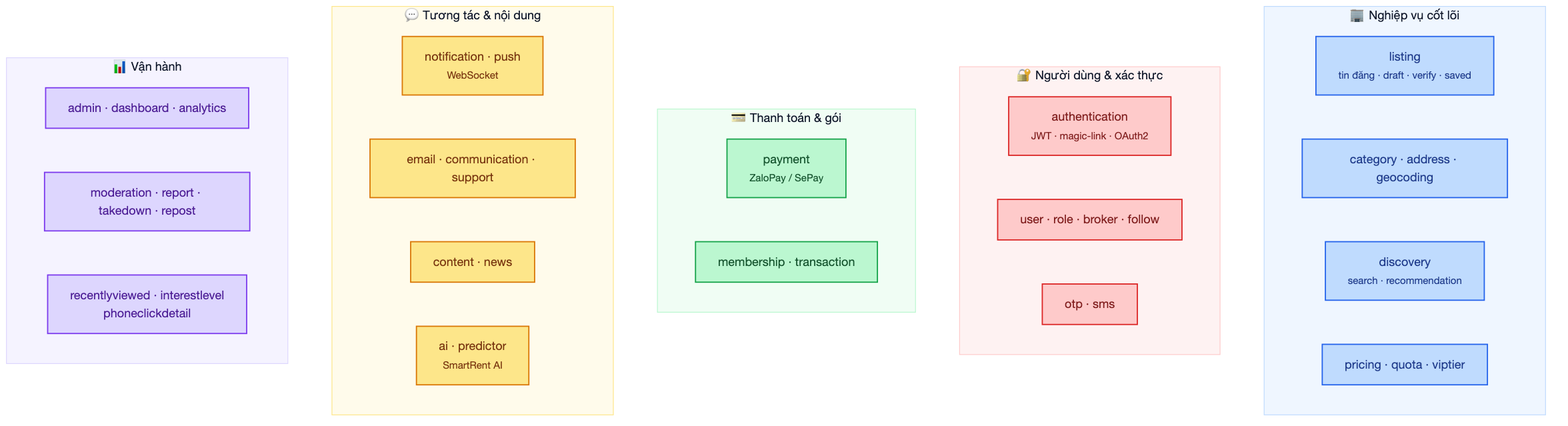
This is diagrams/be/png/04-domain-modules.png from huynhtranty/smartrent-report, a Mermaid export, as it was before one commit. Its source is kept beside it as diagrams/be/src/04-domain-modules.mmd.
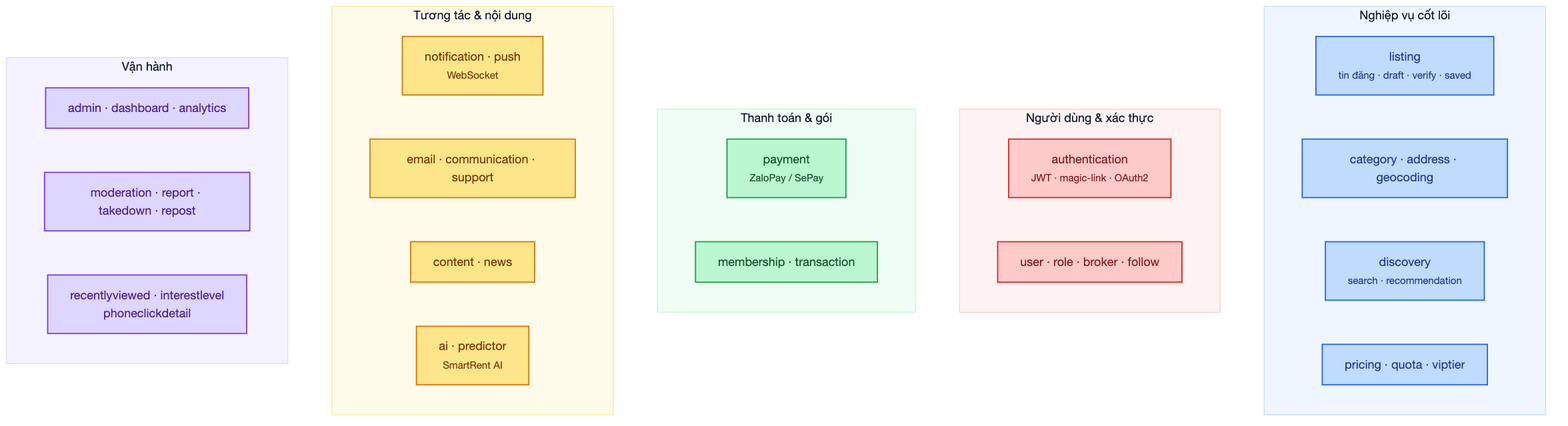
Later version of the same file.

Diff of the diagram source:
```diff
@@ -1,43 +1,42 @@
 flowchart TB
-    subgraph Core["🏢 Nghiệp vụ cốt lõi"]
-        L["listing<br/><small>tin đăng · draft · verify · saved</small>"]
-        Cat["category · address · geocoding"]
-        Search["discovery<br/><small>search · recommendation</small>"]
-        Pricing["pricing · quota · viptier"]
-    end
-    subgraph User["🔐 Người dùng & xác thực"]
-        Auth["authentication<br/><small>JWT · magic-link · OAuth2</small>"]
-        U["user · role · broker · follow"]
-        Otp["otp · sms"]
-    end
-    subgraph Money["💳 Thanh toán & gói"]
-        Pay["payment<br/><small>ZaloPay / SePay</small>"]
-        Mem["membership · transaction"]
-    end
-    subgraph Comm["💬 Tương tác & nội dung"]
-        N["notification · push<br/><small>WebSocket</small>"]
-        Email["email · communication · support"]
-        Content["content · news"]
-        AI["ai · predictor<br/><small>SmartRent AI</small>"]
-    end
-    subgraph Ops["📊 Vận hành"]
-        Admin["admin · dashboard · analytics"]
-        Mod["moderation · report · takedown · repost"]
-        Track["recentlyviewed · interestlevel<br/>phoneclickdetail"]
-    end
+ subgraph Core["Nghiệp vụ cốt lõi"]
+ L["listing<br/><small>tin đăng · draft · verify · saved</small>"]
+ Cat["category · address · geocoding"]
+ Search["discovery<br/><small>search · recommendation</small>"]
+ Pricing["pricing · quota · viptier"]
+ end
+ subgraph User["Người dùng & xác thực"]
+ Auth["authentication<br/><small>JWT · magic-link · OAuth2</small>"]
+ U["user · role · broker · follow"]
+ end
+ subgraph Money["Thanh toán & gói"]
+ Pay["payment<br/><small>ZaloPay / SePay</small>"]
+ Mem["membership · transaction"]
+ end
+ subgraph Comm["Tương tác & nội dung"]
+ N["notification · push<br/><small>WebSocket</small>"]
+ Email["email · communication · support"]
+ Content["content · news"]
+ AI["ai · predictor<br/><small>SmartRent AI</small>"]
+ end
+ subgraph Ops["Vận hành"]
+ Admin["admin · dashboard · analytics"]
+ Mod["moderation · report · takedown · repost"]
+ Track["recentlyviewed · interestlevel<br/>phoneclickdetail"]
+ end
 
-    classDef core fill:#bfdbfe,stroke:#2563eb,color:#1e3a8a,stroke-width:1.5px
-    classDef usr fill:#fecaca,stroke:#dc2626,color:#7f1d1d,stroke-width:1.5px
-    classDef money fill:#bbf7d0,stroke:#16a34a,color:#14532d,stroke-width:1.5px
-    classDef comm fill:#fde68a,stroke:#d97706,color:#78350f,stroke-width:1.5px
-    classDef ops fill:#ddd6fe,stroke:#7c3aed,color:#4c1d95,stroke-width:1.5px
-    class L,Cat,Search,Pricing core
-    class Auth,U,Otp usr
-    class Pay,Mem money
-    class N,Email,Content,AI comm
-    class Admin,Mod,Track ops
-    style Core fill:#eff6ff,stroke:#bfdbfe
-    style User fill:#fef2f2,stroke:#fecaca
-    style Money fill:#f0fdf4,stroke:#bbf7d0
-    style Comm fill:#fffbeb,stroke:#fde68a
-    style Ops fill:#f5f3ff,stroke:#ddd6fe
+ classDef core fill:#bfdbfe,stroke:#2563eb,color:#1e3a8a,stroke-width:1.5px
+ classDef usr fill:#fecaca,stroke:#dc2626,color:#7f1d1d,stroke-width:1.5px
+ classDef money fill:#bbf7d0,stroke:#16a34a,color:#14532d,stroke-width:1.5px
+ classDef comm fill:#fde68a,stroke:#d97706,color:#78350f,stroke-width:1.5px
+ classDef ops fill:#ddd6fe,stroke:#7c3aed,color:#4c1d95,stroke-width:1.5px
+ class L,Cat,Search,Pricing core
+ class Auth,U usr
+ class Pay,Mem money
+ class N,Email,Content,AI comm
+ class Admin,Mod,Track ops
+ style Core fill:#eff6ff,stroke:#bfdbfe
+ style User fill:#fef2f2,stroke:#fecaca
+ style Money fill:#f0fdf4,stroke:#bbf7d0
+ style Comm fill:#fffbeb,stroke:#fde68a
+ style Ops fill:#f5f3ff,stroke:#ddd6fe
```
